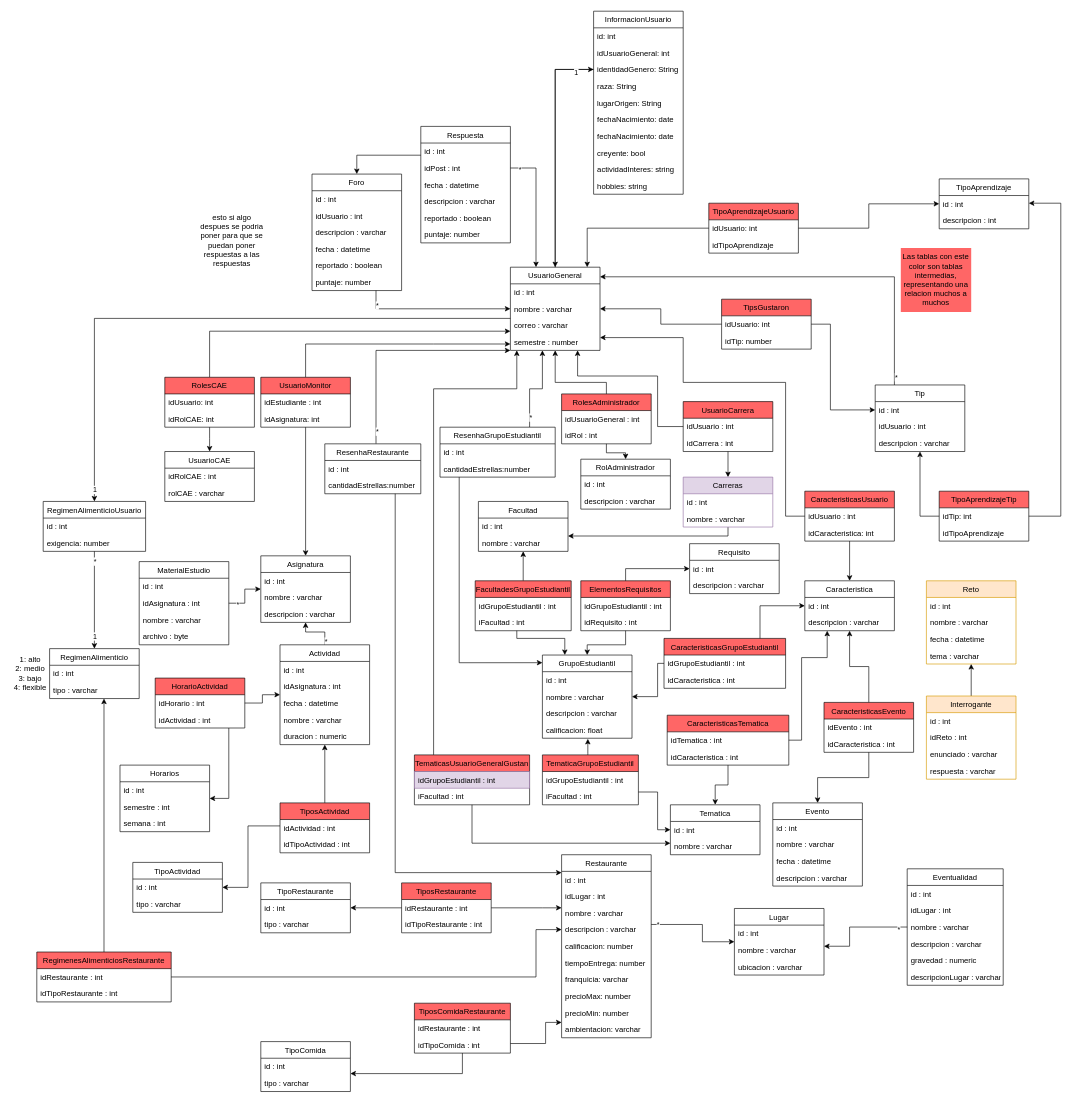
Campus-Connect-PUJ/Campus-Connect-Back keeps this draw.io diagram as diagramas/persistencia.drawio. Above is the earlier version. Source tidied: cells renumbered, new cells numbered last; positions are measured from the earlier drawing's top-left corner, leaving out a move shared by most shapes. Both pictures are drawn from the tidied source at 64%, with x=0, y=0 at pixel (11, 11).
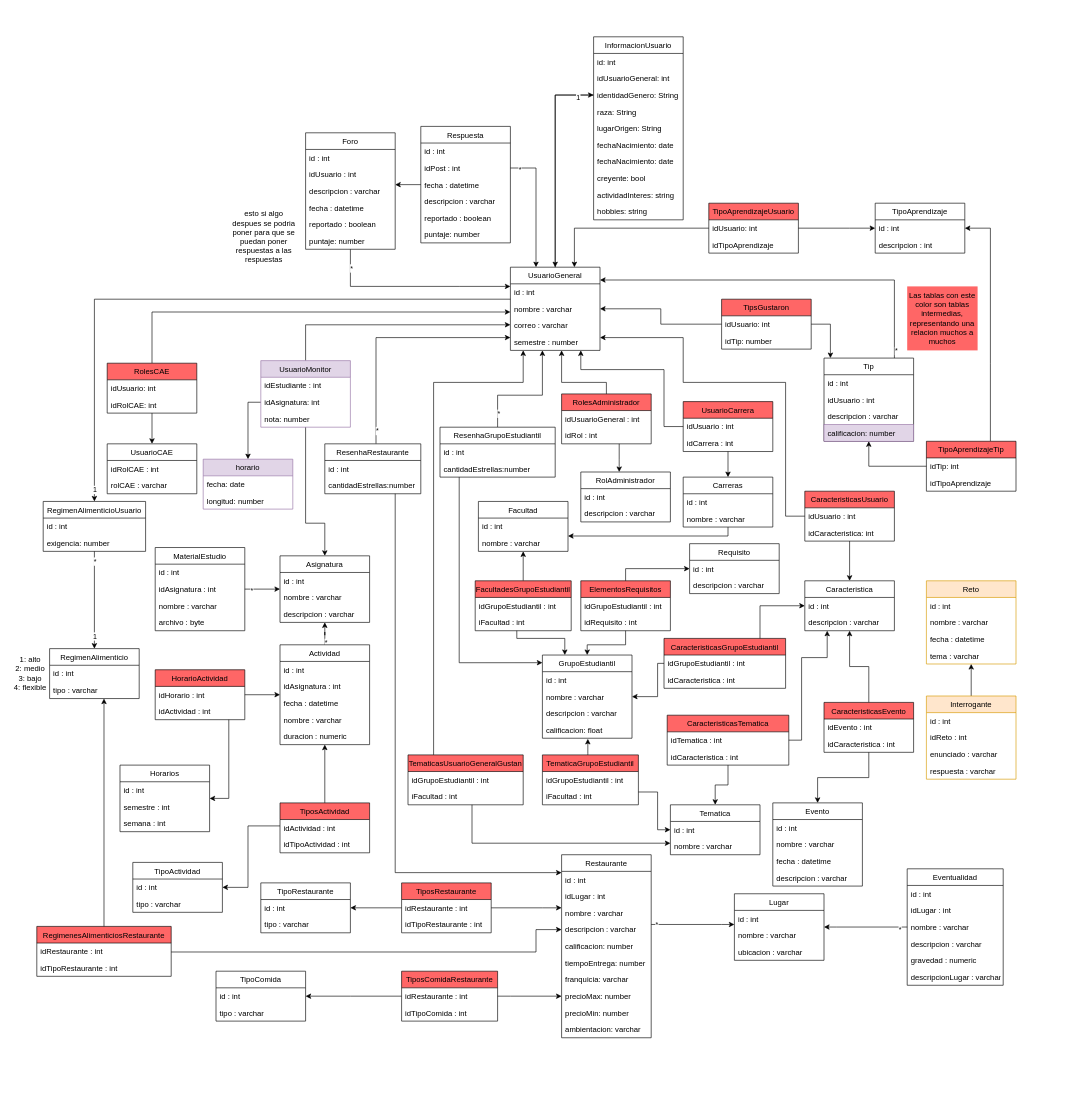
The same diagram, later.

Commit message:
Cambios diagrama

The change refers to these unchanged cells:
```xml
<mxCell id="3" value="UsuarioGeneral" style="swimlane;fontStyle=0;horizontal=1;startSize=26;fillColor=none;" parent="1" vertex="1">
  <mxGeometry x="780" y="400" width="140" height="130" as="geometry" />
</mxCell>
<mxCell id="10" value="RolesAdministrador" style="swimlane;fontStyle=0;horizontal=1;startSize=26;fillColor=#FF6666;" parent="1" vertex="1">
  <mxGeometry x="860" y="598" width="140" height="78" as="geometry" />
</mxCell>
<mxCell id="18" value="UsuarioCarrera" style="swimlane;fontStyle=0;horizontal=1;startSize=26;fillColor=#FF6666;" parent="1" vertex="1">
  <mxGeometry x="1050" y="610" width="140" height="78" as="geometry" />
</mxCell>
<mxCell id="102" value="Eventualidad" style="swimlane;fontStyle=0;horizontal=1;startSize=26;fillColor=none;" parent="1" vertex="1">
  <mxGeometry x="1400" y="1340" width="150" height="182" as="geometry" />
</mxCell>
<mxCell id="111" value="Restaurante" style="swimlane;fontStyle=0;horizontal=1;startSize=26;fillColor=none;" parent="1" vertex="1">
  <mxGeometry x="860" y="1318" width="140" height="286" as="geometry" />
</mxCell>
<mxCell id="185" value="idUsuario: int" style="text;strokeColor=none;fillColor=none;align=left;verticalAlign=top;spacingLeft=4;spacingRight=4;overflow=hidden;points=[[0,0.5],[1,0.5]];portConstraint=eastwest;" parent="184" vertex="1">
  <mxGeometry y="26" width="140" height="26" as="geometry" />
</mxCell>
<mxCell id="220" value="ResenhaRestaurante" style="swimlane;fontStyle=0;horizontal=1;startSize=26;" parent="1" vertex="1">
  <mxGeometry x="490" y="676" width="150" height="78" as="geometry" />
</mxCell>
<mxCell id="255" value="ResenhaGrupoEstudiantil" style="swimlane;fontStyle=0;horizontal=1;startSize=26;" parent="1" vertex="1">
  <mxGeometry x="670" y="650" width="180" height="78" as="geometry" />
</mxCell>
<mxCell id="262" value="RegimenAlimenticioUsuario" style="swimlane;fontStyle=0;horizontal=1;startSize=26;" parent="1" vertex="1">
  <mxGeometry x="50" y="766" width="160" height="78" as="geometry" />
</mxCell>
```

What changed in the source:
```diff
@@
     <mxCell id="8" style="edgeStyle=orthogonalEdgeStyle;rounded=0;jettySize=auto;html=1;exitX=0.5;exitY=0;exitDx=0;exitDy=0;" parent="1" edge="1" source="10" target="3">
       <mxGeometry relative="1" as="geometry">
         <Array as="points">
           <mxPoint x="930" y="580" />
-          <mxPoint x="850" y="580" />
+          <mxPoint x="860" y="580" />
         </Array>
       </mxGeometry>
     </mxCell>
     <mxCell id="9" style="edgeStyle=orthogonalEdgeStyle;rounded=0;jettySize=auto;html=1;" parent="1" edge="1" source="10" target="13">
       <mxGeometry relative="1" as="geometry">
         <Array as="points">
-          <mxPoint x="930" y="690" />
-          <mxPoint x="960" y="690" />
+          <mxPoint x="950" y="700" />
+          <mxPoint x="950" y="700" />
         </Array>
       </mxGeometry>
     </mxCell>
@@
     <mxCell id="13" value="RolAdministrador" style="swimlane;fontStyle=0;horizontal=1;startSize=26;fillColor=none;" parent="1" vertex="1">
-      <mxGeometry x="890" y="700" width="140" height="78" as="geometry" />
+      <mxGeometry x="890" y="720" width="140" height="78" as="geometry" />
     </mxCell>
@@
     <mxCell id="16" style="edgeStyle=orthogonalEdgeStyle;rounded=0;jettySize=auto;html=1;" parent="1" edge="1" source="18" target="3">
       <mxGeometry relative="1" as="geometry">
         <Array as="points">
-          <mxPoint x="1010" y="649" />
-          <mxPoint x="1010" y="570" />
-          <mxPoint x="885" y="570" />
+          <mxPoint x="1020" y="649" />
+          <mxPoint x="1020" y="560" />
+          <mxPoint x="890" y="560" />
         </Array>
       </mxGeometry>
     </mxCell>
@@
-    <mxCell id="22" value="Carreras" style="swimlane;fontStyle=0;horizontal=1;startSize=26;fillColor=#e1d5e7;strokeColor=#9673a6;" parent="1" vertex="1">
+    <mxCell id="22" value="Carreras" style="swimlane;fontStyle=0;horizontal=1;startSize=26;" parent="1" vertex="1">
       <mxGeometry x="1050" y="728" width="140" height="78" as="geometry" />
     </mxCell>
@@
     <mxCell id="31" value="HorarioActividad" style="swimlane;fontStyle=0;horizontal=1;startSize=26;fillColor=#FF6666;" parent="1" vertex="1">
-      <mxGeometry x="225" y="1042" width="140" height="78" as="geometry" />
+      <mxGeometry x="225" y="1029" width="140" height="78" as="geometry" />
     </mxCell>
@@
     <mxCell id="34" style="edgeStyle=orthogonalEdgeStyle;rounded=0;jettySize=auto;html=1;" parent="1" edge="1" source="36" target="3">
       <mxGeometry relative="1" as="geometry">
         <Array as="points">
-          <mxPoint x="660" y="520" />
-          <mxPoint x="660" y="520" />
+          <mxPoint x="460" y="490" />
         </Array>
       </mxGeometry>
     </mxCell>
     <mxCell id="35" style="edgeStyle=orthogonalEdgeStyle;rounded=0;jettySize=auto;html=1;entryX=0.5;entryY=0;entryDx=0;entryDy=0;" parent="1" edge="1" source="36" target="146">
-      <mxGeometry relative="1" as="geometry" />
+      <mxGeometry relative="1" as="geometry">
+        <Array as="points">
+          <mxPoint x="460" y="800" />
+          <mxPoint x="490" y="800" />
+        </Array>
+      </mxGeometry>
     </mxCell>
+    <mxCell id="276" style="edgeStyle=orthogonalEdgeStyle;rounded=0;jettySize=auto;html=1;entryX=0.5;entryY=0;entryDx=0;entryDy=0;" parent="1" edge="1" source="36" target="279">
+      <mxGeometry relative="1" as="geometry">
+        <Array as="points">
+          <mxPoint x="370" y="611" />
+        </Array>
+      </mxGeometry>
+    </mxCell>
-    <mxCell id="36" value="UsuarioMonitor" style="swimlane;fontStyle=0;horizontal=1;startSize=26;fillColor=#FF6666;" parent="1" vertex="1">
-      <mxGeometry x="390" y="572" width="140" height="78" as="geometry" />
+    <mxCell id="36" value="UsuarioMonitor" style="swimlane;fontStyle=0;horizontal=1;startSize=26;fillColor=#e1d5e7;strokeColor=#9673a6;" parent="1" vertex="1">
+      <mxGeometry x="390" y="546" width="140" height="104" as="geometry" />
     </mxCell>
@@
+    <mxCell id="277" value="nota: number" style="text;strokeColor=none;fillColor=none;align=left;verticalAlign=top;spacingLeft=4;spacingRight=4;overflow=hidden;" parent="36" vertex="1">
+      <mxGeometry y="78" width="140" height="26" as="geometry" />
+    </mxCell>
     <mxCell id="39" value="UsuarioCAE" style="swimlane;fontStyle=0;horizontal=1;startSize=26;fillColor=none;" parent="1" vertex="1">
-      <mxGeometry x="240" y="688" width="140" height="78" as="geometry" />
+      <mxGeometry x="150" y="676" width="140" height="78" as="geometry" />
     </mxCell>
@@
     <mxCell id="42" style="edgeStyle=orthogonalEdgeStyle;rounded=0;jettySize=auto;html=1;" parent="1" edge="1" source="44" target="3">
       <mxGeometry relative="1" as="geometry">
         <Array as="points">
-          <mxPoint x="570" y="465" />
+          <mxPoint x="700" y="430" />
+          <mxPoint x="700" y="430" />
         </Array>
       </mxGeometry>
     </mxCell>
@@
     <mxCell id="44" value="Foro" style="swimlane;fontStyle=0;horizontal=1;startSize=26;fillColor=none;" parent="1" vertex="1">
-      <mxGeometry x="470" y="254.5" width="140" height="182" as="geometry" />
+      <mxGeometry x="460" y="190" width="140" height="182" as="geometry" />
     </mxCell>
@@
     <mxCell id="96" value="Lugar" style="swimlane;fontStyle=0;horizontal=1;startSize=26;fillColor=none;" parent="1" vertex="1">
-      <mxGeometry x="1130" y="1402" width="140" height="104" as="geometry" />
+      <mxGeometry x="1130" y="1379" width="140" height="104" as="geometry" />
     </mxCell>
@@
     <mxCell id="100" style="edgeStyle=orthogonalEdgeStyle;rounded=0;jettySize=auto;html=1;" parent="1" edge="1" source="102" target="96">
       <mxGeometry relative="1" as="geometry">
         <Array as="points">
-          <mxPoint x="1310" y="1431" />
-          <mxPoint x="1310" y="1461" />
+          <mxPoint x="1290" y="1431" />
+          <mxPoint x="1290" y="1431" />
         </Array>
       </mxGeometry>
     </mxCell>
@@
     <mxCell id="109" style="edgeStyle=orthogonalEdgeStyle;rounded=0;jettySize=auto;html=1;" parent="1" edge="1" source="111" target="96">
       <mxGeometry relative="1" as="geometry">
         <Array as="points">
-          <mxPoint x="1080" y="1427" />
-          <mxPoint x="1080" y="1454" />
+          <mxPoint x="1110" y="1427" />
+          <mxPoint x="1110" y="1427" />
         </Array>
       </mxGeometry>
     </mxCell>
@@
     <mxCell id="146" value="Asignatura" style="swimlane;fontStyle=0;horizontal=1;startSize=26;fillColor=none;" parent="1" vertex="1">
-      <mxGeometry x="390" y="851" width="140" height="104" as="geometry" />
+      <mxGeometry x="420" y="851" width="140" height="104" as="geometry" />
     </mxCell>
@@
     <mxCell id="152" value="MaterialEstudio" style="swimlane;fontStyle=0;horizontal=1;startSize=26;fillColor=none;" parent="1" vertex="1">
-      <mxGeometry x="200" y="860" width="140" height="130" as="geometry" />
+      <mxGeometry x="225" y="838" width="140" height="130" as="geometry" />
     </mxCell>
@@
     <mxCell id="157" style="edgeStyle=orthogonalEdgeStyle;rounded=0;jettySize=auto;html=1;" parent="1" edge="1" source="159" target="3">
       <mxGeometry relative="1" as="geometry">
         <Array as="points">
-          <mxPoint x="1380" y="415" />
+          <mxPoint x="1380" y="420" />
         </Array>
       </mxGeometry>
     </mxCell>
@@
     <mxCell id="159" value="Tip" style="swimlane;fontStyle=0;horizontal=1;startSize=26;fillColor=none;" parent="1" vertex="1">
-      <mxGeometry x="1350" y="584" width="140" height="104" as="geometry" />
+      <mxGeometry x="1270" y="542" width="140" height="130" as="geometry" />
     </mxCell>
@@
+    <mxCell id="278" value="calificacion: number" style="text;strokeColor=#9673a6;fillColor=#e1d5e7;align=left;verticalAlign=top;spacingLeft=4;spacingRight=4;overflow=hidden;" parent="159" vertex="1">
+      <mxGeometry y="104" width="140" height="26" as="geometry" />
+    </mxCell>
     <mxCell id="163" value="TipoAprendizaje" style="swimlane;fontStyle=0;horizontal=1;startSize=26;fillColor=none;" parent="1" vertex="1">
-      <mxGeometry x="1450" y="262" width="140" height="78" as="geometry" />
+      <mxGeometry x="1350" y="300" width="140" height="78" as="geometry" />
     </mxCell>
@@
     <mxCell id="166" value="InformacionUsuario" style="swimlane;fontStyle=0;horizontal=1;startSize=26;fillColor=none;" parent="1" vertex="1">
-      <mxGeometry x="910" width="140" height="286" as="geometry" />
+      <mxGeometry x="910" y="40" width="140" height="286" as="geometry" />
     </mxCell>
@@
     <mxCell id="179" style="edgeStyle=orthogonalEdgeStyle;rounded=0;jettySize=auto;html=1;" parent="1" edge="1" source="180" target="163">
       <mxGeometry relative="1" as="geometry">
         <Array as="points">
-          <mxPoint x="1640" y="789" />
-          <mxPoint x="1640" y="300" />
+          <mxPoint x="1530" y="550" />
+          <mxPoint x="1530" y="550" />
         </Array>
       </mxGeometry>
     </mxCell>
     <mxCell id="180" value="TipoAprendizajeTip" style="swimlane;fontStyle=0;horizontal=1;startSize=26;fillColor=#FF6666;" parent="1" vertex="1">
-      <mxGeometry x="1450" y="750" width="140" height="78" as="geometry" />
+      <mxGeometry x="1430" y="672" width="140" height="78" as="geometry" />
     </mxCell>
@@
     <mxCell id="187" style="edgeStyle=orthogonalEdgeStyle;rounded=0;jettySize=auto;html=1;" parent="1" edge="1" source="185" target="3">
       <mxGeometry relative="1" as="geometry">
         <Array as="points">
-          <mxPoint x="900" y="339" />
+          <mxPoint x="880" y="339" />
         </Array>
       </mxGeometry>
     </mxCell>
     <mxCell id="188" style="edgeStyle=orthogonalEdgeStyle;rounded=0;jettySize=auto;html=1;" parent="1" edge="1" source="185" target="163">
       <mxGeometry relative="1" as="geometry">
         <Array as="points">
-          <mxPoint x="1340" y="339" />
-          <mxPoint x="1340" y="301" />
+          <mxPoint x="1310" y="339" />
+          <mxPoint x="1310" y="339" />
         </Array>
       </mxGeometry>
     </mxCell>
@@
     <mxCell id="199" value="Las tablas con este color son tablas intermedias, representando una relacion muchos a muchos" style="text;html=1;strokeColor=none;fillColor=#FF6666;align=center;verticalAlign=middle;whiteSpace=wrap;rounded=0;startSize=26;" parent="1" vertex="1">
-      <mxGeometry x="1390" y="370" width="110" height="100" as="geometry" />
+      <mxGeometry x="1400" y="430" width="110" height="100" as="geometry" />
     </mxCell>
     <mxCell id="200" style="edgeStyle=orthogonalEdgeStyle;rounded=0;jettySize=auto;html=1;" parent="1" edge="1" source="202" target="3">
       <mxGeometry relative="1" as="geometry">
         <Array as="points">
-          <mxPoint x="310" y="500" />
+          <mxPoint x="220" y="470" />
         </Array>
       </mxGeometry>
     </mxCell>
     <mxCell id="201" style="edgeStyle=orthogonalEdgeStyle;rounded=0;jettySize=auto;html=1;" parent="1" edge="1" source="202" target="39">
       <mxGeometry relative="1" as="geometry">
         <Array as="points">
-          <mxPoint x="310" y="668" />
-          <mxPoint x="310" y="668" />
+          <mxPoint x="270" y="589" />
+          <mxPoint x="270" y="715" />
         </Array>
       </mxGeometry>
     </mxCell>
     <mxCell id="202" value="RolesCAE" style="swimlane;fontStyle=0;horizontal=1;startSize=26;fillColor=#FF6666;" parent="1" vertex="1">
-      <mxGeometry x="240" y="572" width="140" height="78" as="geometry" />
+      <mxGeometry x="150" y="550" width="140" height="78" as="geometry" />
     </mxCell>
@@
     <mxCell id="207" style="edgeStyle=orthogonalEdgeStyle;rounded=0;jettySize=auto;html=1;" parent="1" edge="1" source="208" target="111">
       <mxGeometry relative="1" as="geometry">
         <Array as="points">
-          <mxPoint x="820" y="1509" />
+          <mxPoint x="820" y="1470" />
           <mxPoint x="820" y="1435" />
         </Array>
       </mxGeometry>
     </mxCell>
     <mxCell id="208" value="RegimenesAlimenticiosRestaurante" style="swimlane;fontStyle=0;horizontal=1;startSize=26;fillColor=#FF6666;" parent="1" vertex="1">
-      <mxGeometry x="40" y="1470" width="210" height="78" as="geometry" />
+      <mxGeometry x="40" y="1430" width="210" height="78" as="geometry" />
     </mxCell>
@@
     <mxCell id="215" value="esto si algo despues se podria poner para que se puedan poner respuestas a las respuestas" style="text;html=1;strokeColor=none;fillColor=none;align=center;verticalAlign=middle;whiteSpace=wrap;rounded=0;" parent="1" vertex="1">
-      <mxGeometry x="290" y="305.5" width="110" height="105" as="geometry" />
+      <mxGeometry x="340" y="300" width="110" height="105" as="geometry" />
     </mxCell>
     <mxCell id="216" style="edgeStyle=orthogonalEdgeStyle;rounded=0;jettySize=auto;html=1;" parent="1" edge="1" source="3" target="262">
       <mxGeometry relative="1" as="geometry">
         <Array as="points">
-          <mxPoint x="130" y="480" />
+          <mxPoint x="130" y="450" />
         </Array>
       </mxGeometry>
     </mxCell>
@@
     <mxCell id="218" style="edgeStyle=orthogonalEdgeStyle;rounded=0;jettySize=auto;html=1;" parent="1" edge="1" source="220" target="3">
       <mxGeometry relative="1" as="geometry">
         <Array as="points">
-          <mxPoint x="570" y="530" />
+          <mxPoint x="570" y="510" />
         </Array>
       </mxGeometry>
     </mxCell>
@@
     <mxCell id="223" style="edgeStyle=orthogonalEdgeStyle;rounded=0;jettySize=auto;html=1;" parent="1" edge="1" source="225" target="228">
       <mxGeometry relative="1" as="geometry">
         <Array as="points">
-          <mxPoint x="705" y="1660" />
+          <mxPoint x="530" y="1539" />
+          <mxPoint x="530" y="1539" />
         </Array>
       </mxGeometry>
     </mxCell>
     <mxCell id="224" style="edgeStyle=orthogonalEdgeStyle;rounded=0;jettySize=auto;html=1;" parent="1" edge="1" source="225" target="111">
       <mxGeometry relative="1" as="geometry">
         <Array as="points">
-          <mxPoint x="835" y="1613" />
-          <mxPoint x="835" y="1580" />
+          <mxPoint x="780" y="1539" />
+          <mxPoint x="780" y="1539" />
         </Array>
       </mxGeometry>
     </mxCell>
     <mxCell id="225" value="TiposComidaRestaurante" style="swimlane;fontStyle=0;horizontal=1;startSize=26;fillColor=#FF6666;" parent="1" vertex="1">
-      <mxGeometry x="630" y="1550" width="150" height="78" as="geometry" />
+      <mxGeometry x="610" y="1500" width="150" height="78" as="geometry" />
     </mxCell>
@@
     <mxCell id="228" value="TipoComida" style="swimlane;fontStyle=0;horizontal=1;startSize=26;" parent="1" vertex="1">
-      <mxGeometry x="390" y="1610" width="140" height="78" as="geometry" />
+      <mxGeometry x="320" y="1500" width="140" height="78" as="geometry" />
     </mxCell>
@@
     <mxCell id="253" style="edgeStyle=orthogonalEdgeStyle;rounded=0;jettySize=auto;html=1;" parent="1" edge="1" source="255" target="3">
       <mxGeometry relative="1" as="geometry">
         <Array as="points">
-          <mxPoint x="810" y="590" />
-          <mxPoint x="830" y="590" />
+          <mxPoint x="760" y="600" />
+          <mxPoint x="830" y="600" />
         </Array>
       </mxGeometry>
     </mxCell>
@@
     <mxCell id="271" style="edgeStyle=orthogonalEdgeStyle;rounded=0;jettySize=auto;html=1;" parent="1" edge="1" source="273" target="3">
       <mxGeometry relative="1" as="geometry">
         <Array as="points">
-          <mxPoint x="660" y="590" />
-          <mxPoint x="790" y="590" />
+          <mxPoint x="660" y="580" />
+          <mxPoint x="800" y="580" />
         </Array>
       </mxGeometry>
     </mxCell>
@@
     <mxCell id="273" value="TematicasUsuarioGeneralGustan" style="swimlane;fontStyle=0;horizontal=1;startSize=26;fillColor=#FF6666;" parent="1" vertex="1">
-      <mxGeometry x="630" y="1162" width="180" height="78" as="geometry" />
+      <mxGeometry x="620" y="1162" width="180" height="78" as="geometry" />
     </mxCell>
-    <mxCell id="274" value="idGrupoEstudiantil : int" style="text;strokeColor=#9673a6;fillColor=#e1d5e7;align=left;verticalAlign=top;spacingLeft=4;spacingRight=4;overflow=hidden;" parent="273" vertex="1">
+    <mxCell id="274" value="idGrupoEstudiantil : int" style="text;align=left;verticalAlign=top;spacingLeft=4;spacingRight=4;overflow=hidden;" parent="273" vertex="1">
       <mxGeometry y="26" width="180" height="26" as="geometry" />
     </mxCell>
@@
+    <mxCell id="279" value="horario" style="swimlane;fontStyle=0;horizontal=1;startSize=26;fillColor=#e1d5e7;strokeColor=#9673a6;" parent="1" vertex="1">
+      <mxGeometry x="300" y="700" width="140" height="78" as="geometry" />
+    </mxCell>
+    <mxCell id="280" value="fecha: date" style="text;strokeColor=none;fillColor=none;align=left;verticalAlign=top;spacingLeft=4;spacingRight=4;overflow=hidden;" parent="279" vertex="1">
+      <mxGeometry y="26" width="140" height="26" as="geometry" />
+    </mxCell>
+    <mxCell id="281" value="longitud: number" style="text;strokeColor=none;fillColor=none;align=left;verticalAlign=top;spacingLeft=4;spacingRight=4;overflow=hidden;" parent="279" vertex="1">
+      <mxGeometry y="52" width="140" height="26" as="geometry" />
+    </mxCell>
```
